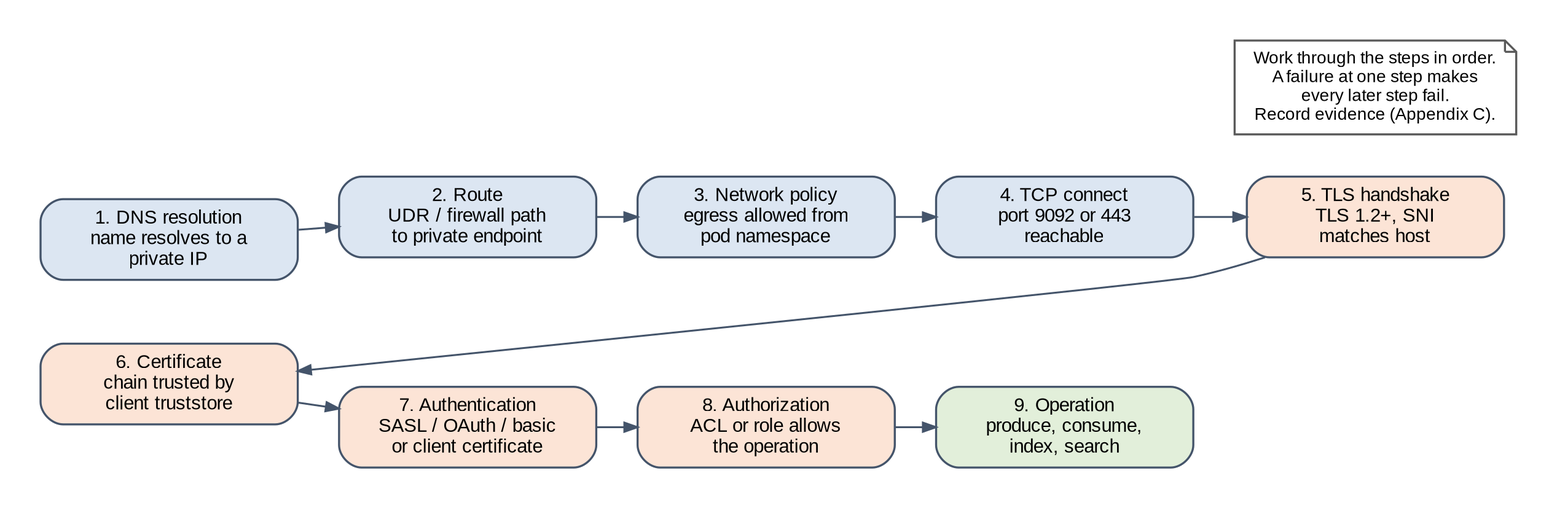
Above: runbook/img/generated/fig_connectivity_chain.png in ravislr-beep/Sukoon (Graphviz), before the change. Its source is kept beside it as runbook/img/generated/fig_connectivity_chain.dot.
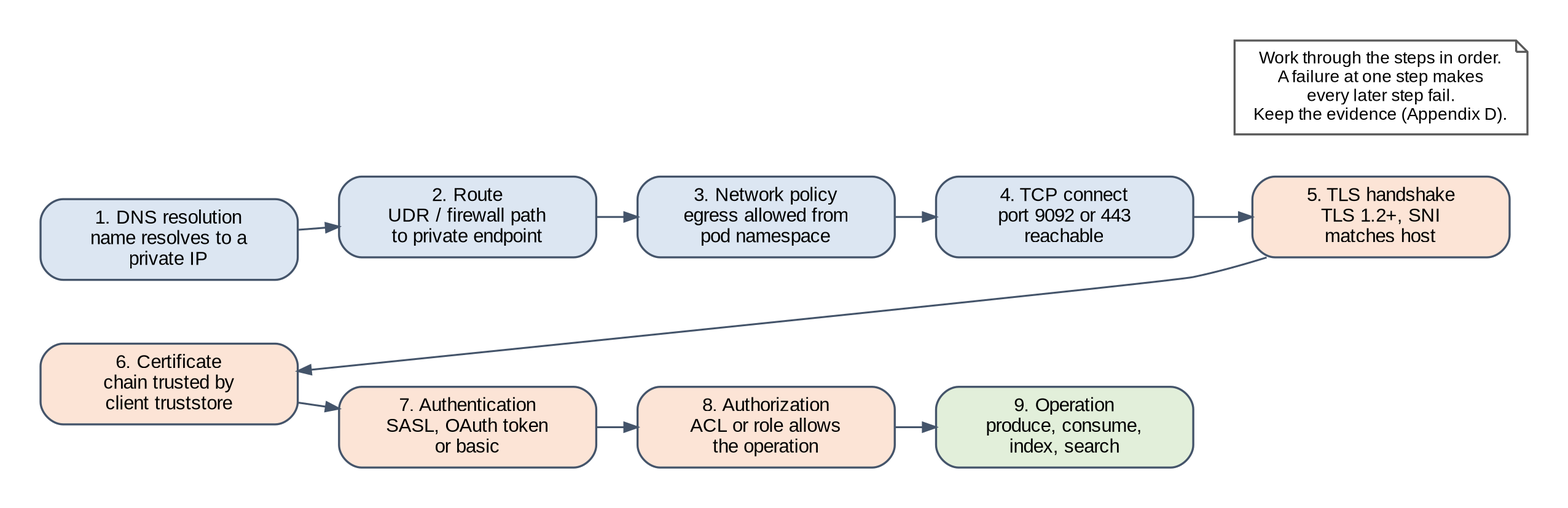
After the change.

Diff of the diagram source:
```diff
@@ -6,7 +6,7 @@
 
 
   rankdir=LR; nodesep=0.3; ranksep=0.3; newrank=true;
-  s0 [label="1. DNS resolution\nname resolves to a\nprivate IP", fillcolor="#DCE6F2", width=1.9]; s1 [label="2. Route\nUDR / firewall path\nto private endpoint", fillcolor="#DCE6F2", width=1.9]; s2 [label="3. Network policy\negress allowed from\npod namespace", fillcolor="#DCE6F2", width=1.9]; s3 [label="4. TCP connect\nport 9092 or 443\nreachable", fillcolor="#DCE6F2", width=1.9]; s4 [label="5. TLS handshake\nTLS 1.2+, SNI\nmatches host", fillcolor="#FCE4D6", width=1.9]; s5 [label="6. Certificate\nchain trusted by\nclient truststore", fillcolor="#FCE4D6", width=1.9]; s6 [label="7. Authentication\nSASL / OAuth / basic\nor client certificate", fillcolor="#FCE4D6", width=1.9]; s7 [label="8. Authorization\nACL or role allows\nthe operation", fillcolor="#FCE4D6", width=1.9]; s8 [label="9. Operation\nproduce, consume,\nindex, search", fillcolor="#E2EFDA", width=1.9];
+  s0 [label="1. DNS resolution\nname resolves to a\nprivate IP", fillcolor="#DCE6F2", width=1.9]; s1 [label="2. Route\nUDR / firewall path\nto private endpoint", fillcolor="#DCE6F2", width=1.9]; s2 [label="3. Network policy\negress allowed from\npod namespace", fillcolor="#DCE6F2", width=1.9]; s3 [label="4. TCP connect\nport 9092 or 443\nreachable", fillcolor="#DCE6F2", width=1.9]; s4 [label="5. TLS handshake\nTLS 1.2+, SNI\nmatches host", fillcolor="#FCE4D6", width=1.9]; s5 [label="6. Certificate\nchain trusted by\nclient truststore", fillcolor="#FCE4D6", width=1.9]; s6 [label="7. Authentication\nSASL, OAuth token\nor basic", fillcolor="#FCE4D6", width=1.9]; s7 [label="8. Authorization\nACL or role allows\nthe operation", fillcolor="#FCE4D6", width=1.9]; s8 [label="9. Operation\nproduce, consume,\nindex, search", fillcolor="#E2EFDA", width=1.9];
   s0 -> s1 -> s2 -> s3 -> s4;
   s5 -> s6 -> s7 -> s8;
   s4 -> s5 [constraint=false];
@@ -15,7 +15,7 @@
   {rank=same; s2; s7}
   {rank=same; s3; s8}
   note [shape=note, style=filled, fillcolor="white", color="#595959", fontsize=9,
-        label="Work through the steps in order.\nA failure at one step makes\nevery later step fail.\nRecord evidence (Appendix C)."];
+        label="Work through the steps in order.\nA failure at one step makes\nevery later step fail.\nKeep the evidence (Appendix D)."];
   {rank=same; s4; note}
   s0 -> s5 [style=invis];
 
```
